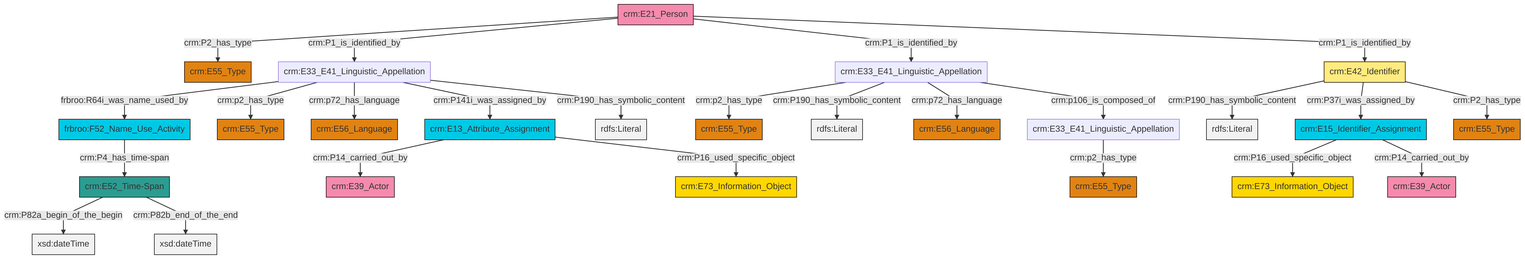
Earlier version of the Mermaid export et/personCSV/ttl/mmd/png/Person_Names_and_Classification.png (swiss-art-research-net/docs.swissartresearch). Its source is kept beside it as et/personCSV/ttl/mmd/Person_Names_and_Classification.ttl.mmd.
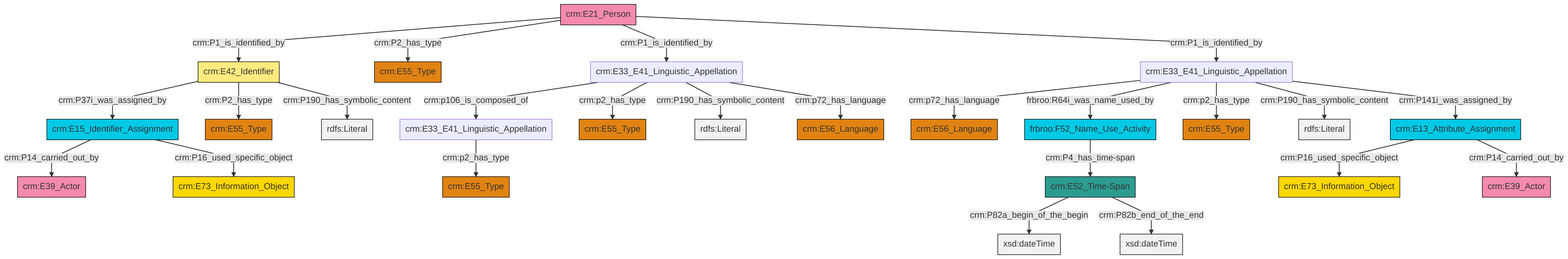
After the commit.

What changed in the source:
```diff
@@ -13,27 +13,27 @@
 classDef PC_Classes fill:#4ce600, stroke:#000000;
 classDef Multi fill:#cccccc,stroke:#000000;
 
-4["crm:E33_E41_Linguistic_Appellation"]:::Default -->|crm:p2_has_type| 2["crm:E55_Type"]:::Type
-7["crm:E21_Person"]:::Actor -->|crm:P2_has_type| 8["crm:E55_Type"]:::Type
-11["crm:E52_Time-Span"]:::Time-Span -->|crm:P82a_begin_of_the_begin| 12[xsd:dateTime]:::Literal
-13["frbroo:F52_Name_Use_Activity"]:::Temporal_Entity -->|crm:P4_has_time-span| 11["crm:E52_Time-Span"]:::Time-Span
-5["crm:E33_E41_Linguistic_Appellation"]:::Default -->|frbroo:R64i_was_name_used_by| 13["frbroo:F52_Name_Use_Activity"]:::Temporal_Entity
-11["crm:E52_Time-Span"]:::Time-Span -->|crm:P82b_end_of_the_end| 25[xsd:dateTime]:::Literal
-26["crm:E13_Attribute_Assignment"]:::Temporal_Entity -->|crm:P14_carried_out_by| 21["crm:E39_Actor"]:::Actor
-26["crm:E13_Attribute_Assignment"]:::Temporal_Entity -->|crm:P16_used_specific_object| 28["crm:E73_Information_Object"]:::Conceptual_Object
-4["crm:E33_E41_Linguistic_Appellation"]:::Default -->|crm:P190_has_symbolic_content| 31[rdfs:Literal]:::Literal
-7["crm:E21_Person"]:::Actor -->|crm:P1_is_identified_by| 5["crm:E33_E41_Linguistic_Appellation"]:::Default
-32["crm:E42_Identifier"]:::Appellation -->|crm:P190_has_symbolic_content| 33[rdfs:Literal]:::Literal
-9["crm:E33_E41_Linguistic_Appellation"]:::Default -->|crm:p2_has_type| 34["crm:E55_Type"]:::Type
-17["crm:E15_Identifier_Assignment"]:::Temporal_Entity -->|crm:P16_used_specific_object| 19["crm:E73_Information_Object"]:::Conceptual_Object
-5["crm:E33_E41_Linguistic_Appellation"]:::Default -->|crm:p2_has_type| 36["crm:E55_Type"]:::Type
-5["crm:E33_E41_Linguistic_Appellation"]:::Default -->|crm:p72_has_language| 38["crm:E56_Language"]:::Type
-7["crm:E21_Person"]:::Actor -->|crm:P1_is_identified_by| 4["crm:E33_E41_Linguistic_Appellation"]:::Default
-5["crm:E33_E41_Linguistic_Appellation"]:::Default -->|crm:P141i_was_assigned_by| 26["crm:E13_Attribute_Assignment"]:::Temporal_Entity
-4["crm:E33_E41_Linguistic_Appellation"]:::Default -->|crm:p72_has_language| 0["crm:E56_Language"]:::Type
-4["crm:E33_E41_Linguistic_Appellation"]:::Default -->|crm:p106_is_composed_of| 9["crm:E33_E41_Linguistic_Appellation"]:::Default
-7["crm:E21_Person"]:::Actor -->|crm:P1_is_identified_by| 32["crm:E42_Identifier"]:::Appellation
-32["crm:E42_Identifier"]:::Appellation -->|crm:P37i_was_assigned_by| 17["crm:E15_Identifier_Assignment"]:::Temporal_Entity
-32["crm:E42_Identifier"]:::Appellation -->|crm:P2_has_type| 15["crm:E55_Type"]:::Type
-17["crm:E15_Identifier_Assignment"]:::Temporal_Entity -->|crm:P14_carried_out_by| 23["crm:E39_Actor"]:::Actor
-5["crm:E33_E41_Linguistic_Appellation"]:::Default -->|crm:P190_has_symbolic_content| 46[rdfs:Literal]:::Literal
+2["crm:E15_Identifier_Assignment"]:::Temporal_Entity -->|crm:P14_carried_out_by| 3["crm:E39_Actor"]:::Actor
+12["crm:E42_Identifier"]:::Appellation -->|crm:P37i_was_assigned_by| 2["crm:E15_Identifier_Assignment"]:::Temporal_Entity
+6["crm:E33_E41_Linguistic_Appellation"]:::Default -->|crm:p72_has_language| 13["crm:E56_Language"]:::Type
+14["crm:E21_Person"]:::Actor -->|crm:P1_is_identified_by| 12["crm:E42_Identifier"]:::Appellation
+6["crm:E33_E41_Linguistic_Appellation"]:::Default -->|frbroo:R64i_was_name_used_by| 10["frbroo:F52_Name_Use_Activity"]:::Temporal_Entity
+22["crm:E52_Time-Span"]:::Time-Span -->|crm:P82a_begin_of_the_begin| 23[xsd:dateTime]:::Literal
+24["crm:E13_Attribute_Assignment"]:::Temporal_Entity -->|crm:P16_used_specific_object| 25["crm:E73_Information_Object"]:::Conceptual_Object
+8["crm:E33_E41_Linguistic_Appellation"]:::Default -->|crm:p2_has_type| 15["crm:E55_Type"]:::Type
+6["crm:E33_E41_Linguistic_Appellation"]:::Default -->|crm:p2_has_type| 17["crm:E55_Type"]:::Type
+27["crm:E33_E41_Linguistic_Appellation"]:::Default -->|crm:p106_is_composed_of| 8["crm:E33_E41_Linguistic_Appellation"]:::Default
+6["crm:E33_E41_Linguistic_Appellation"]:::Default -->|crm:P190_has_symbolic_content| 31[rdfs:Literal]:::Literal
+27["crm:E33_E41_Linguistic_Appellation"]:::Default -->|crm:p2_has_type| 19["crm:E55_Type"]:::Type
+12["crm:E42_Identifier"]:::Appellation -->|crm:P2_has_type| 28["crm:E55_Type"]:::Type
+6["crm:E33_E41_Linguistic_Appellation"]:::Default -->|crm:P141i_was_assigned_by| 24["crm:E13_Attribute_Assignment"]:::Temporal_Entity
+24["crm:E13_Attribute_Assignment"]:::Temporal_Entity -->|crm:P14_carried_out_by| 32["crm:E39_Actor"]:::Actor
+10["frbroo:F52_Name_Use_Activity"]:::Temporal_Entity -->|crm:P4_has_time-span| 22["crm:E52_Time-Span"]:::Time-Span
+27["crm:E33_E41_Linguistic_Appellation"]:::Default -->|crm:P190_has_symbolic_content| 39[rdfs:Literal]:::Literal
+12["crm:E42_Identifier"]:::Appellation -->|crm:P190_has_symbolic_content| 41[rdfs:Literal]:::Literal
+27["crm:E33_E41_Linguistic_Appellation"]:::Default -->|crm:p72_has_language| 4["crm:E56_Language"]:::Type
+22["crm:E52_Time-Span"]:::Time-Span -->|crm:P82b_end_of_the_end| 42[xsd:dateTime]:::Literal
+2["crm:E15_Identifier_Assignment"]:::Temporal_Entity -->|crm:P16_used_specific_object| 0["crm:E73_Information_Object"]:::Conceptual_Object
+14["crm:E21_Person"]:::Actor -->|crm:P2_has_type| 43["crm:E55_Type"]:::Type
+14["crm:E21_Person"]:::Actor -->|crm:P1_is_identified_by| 27["crm:E33_E41_Linguistic_Appellation"]:::Default
+14["crm:E21_Person"]:::Actor -->|crm:P1_is_identified_by| 6["crm:E33_E41_Linguistic_Appellation"]:::Default
```
